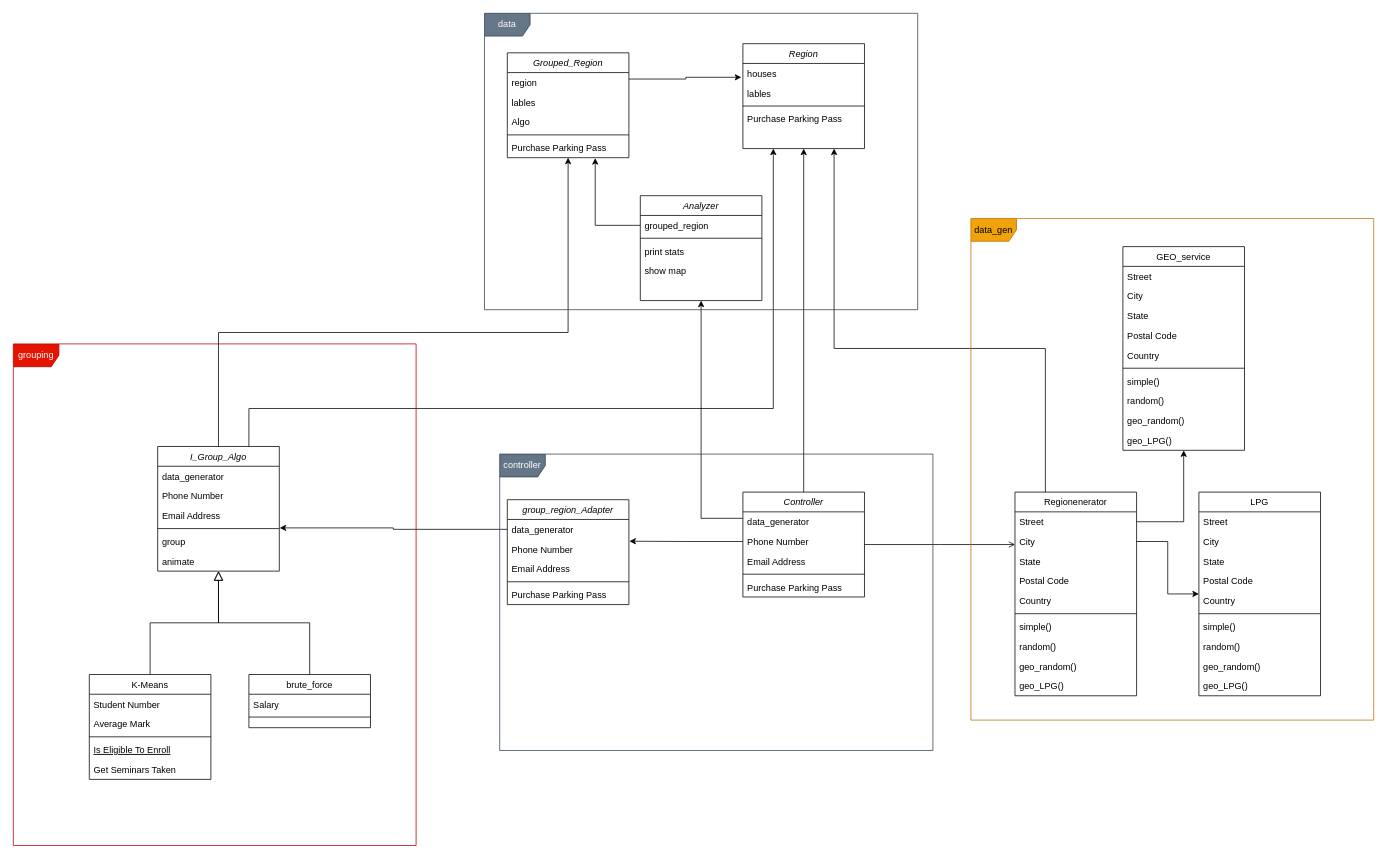
Earlier version of the draw.io diagram diagram/Architektur.drawio (StevenLhmn/energy_grouping). Source tidied: cells renumbered, new cells numbered last; positions are measured from the earlier drawing's top-left corner, leaving out a move shared by most shapes. Both pictures are drawn from the tidied source at 76%, with x=0, y=0 at pixel (13, 13).
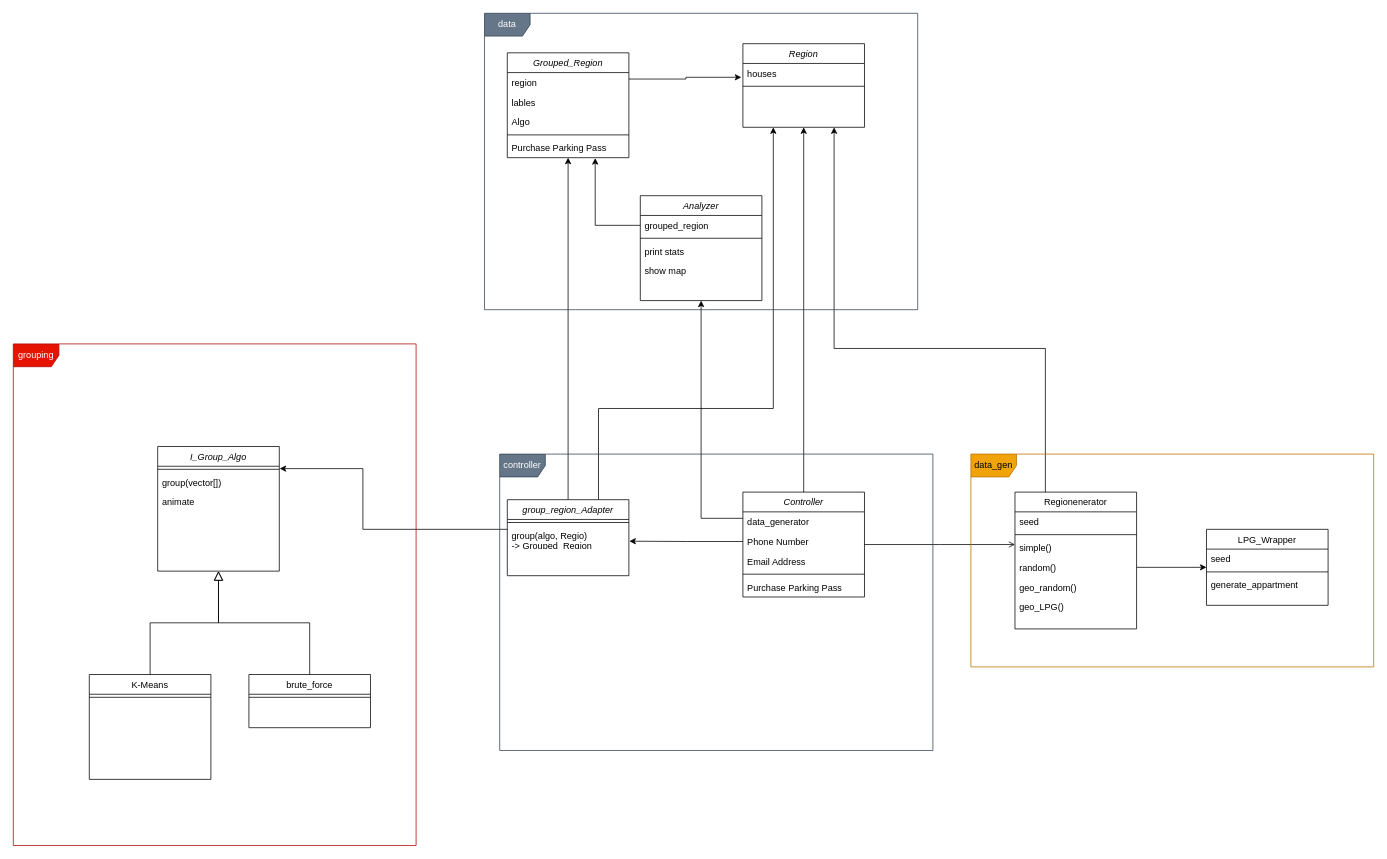
The same page after the edit.

The change refers to these unchanged cells:
```xml
<mxCell id="5" value="Phone Number" style="text;align=left;verticalAlign=top;spacingLeft=4;spacingRight=4;overflow=hidden;points=[[0,0.5],[1,0.5]];portConstraint=eastwest;rounded=0;shadow=0;html=0;" parent="3" vertex="1">
  <mxGeometry y="52" width="160" height="26" as="geometry" />
</mxCell>
<mxCell id="9" value="K-Means" style="swimlane;fontStyle=0;align=center;verticalAlign=top;horizontal=1;startSize=26;rounded=0;shadow=0;strokeWidth=1;" parent="1" vertex="1">
  <mxGeometry x="100" y="870" width="160" height="138" as="geometry" />
</mxCell>
<mxCell id="16" value="brute_force" style="swimlane;fontStyle=0;align=center;verticalAlign=top;horizontal=1;startSize=26;rounded=0;shadow=0;strokeWidth=1;" parent="1" vertex="1">
  <mxGeometry x="310" y="870" width="160" height="70" as="geometry" />
</mxCell>
<mxCell id="40" value="I_Group_Algo" style="swimlane;fontStyle=2;align=center;verticalAlign=top;horizontal=1;startSize=26;rounded=0;shadow=0;strokeWidth=1;" parent="1" vertex="1">
  <mxGeometry x="190" y="570" width="160" height="164" as="geometry" />
</mxCell>
<mxCell id="50" value="Grouped_Region" style="swimlane;fontStyle=2;align=center;verticalAlign=top;horizontal=1;startSize=26;rounded=0;shadow=0;strokeWidth=1;" parent="1" vertex="1">
  <mxGeometry x="650" y="52" width="160" height="138" as="geometry" />
</mxCell>
```

Diff of the diagram source:
```diff
@@
-    <mxCell id="10" value="Student Number" style="text;align=left;verticalAlign=top;spacingLeft=4;spacingRight=4;overflow=hidden;" parent="9" vertex="1">
-      <mxGeometry y="26" width="160" height="26" as="geometry" />
-    </mxCell>
-    <mxCell id="11" value="Average Mark" style="text;align=left;verticalAlign=top;spacingLeft=4;spacingRight=4;overflow=hidden;rounded=0;shadow=0;html=0;" parent="9" vertex="1">
-      <mxGeometry y="52" width="160" height="26" as="geometry" />
-    </mxCell>
     <mxCell id="12" style="line;html=1;strokeWidth=1;align=left;verticalAlign=middle;spacingTop=-1;spacingLeft=3;spacingRight=3;labelPosition=right;" parent="9" vertex="1">
-      <mxGeometry y="78" width="160" height="8" as="geometry" />
+      <mxGeometry y="26" width="160" height="8" as="geometry" />
     </mxCell>
-    <mxCell id="13" value="Is Eligible To Enroll" style="text;align=left;verticalAlign=top;spacingLeft=4;spacingRight=4;overflow=hidden;fontStyle=4;" parent="9" vertex="1">
-      <mxGeometry y="86" width="160" height="26" as="geometry" />
-    </mxCell>
-    <mxCell id="14" value="Get Seminars Taken" style="text;align=left;verticalAlign=top;spacingLeft=4;spacingRight=4;overflow=hidden;" parent="9" vertex="1">
-      <mxGeometry y="112" width="160" height="26" as="geometry" />
-    </mxCell>
@@
-    <mxCell id="17" value="Salary" style="text;align=left;verticalAlign=top;spacingLeft=4;spacingRight=4;overflow=hidden;" parent="16" vertex="1">
-      <mxGeometry y="26" width="160" height="26" as="geometry" />
-    </mxCell>
     <mxCell id="18" style="line;html=1;strokeWidth=1;align=left;verticalAlign=middle;spacingTop=-1;spacingLeft=3;spacingRight=3;labelPosition=right;" parent="16" vertex="1">
-      <mxGeometry y="52" width="160" height="8" as="geometry" />
+      <mxGeometry y="26" width="160" height="8" as="geometry" />
     </mxCell>
@@
     <mxCell id="20" value="Regionenerator" style="swimlane;fontStyle=0;align=center;verticalAlign=top;horizontal=1;startSize=26;rounded=0;shadow=0;strokeWidth=1;" parent="1" vertex="1">
-      <mxGeometry x="1318" y="630" width="160" height="268" as="geometry" />
+      <mxGeometry x="1318" y="630" width="160" height="180" as="geometry" />
     </mxCell>
-    <mxCell id="21" value="Street" style="text;align=left;verticalAlign=top;spacingLeft=4;spacingRight=4;overflow=hidden;points=[[0,0.5],[1,0.5]];portConstraint=eastwest;" parent="20" vertex="1">
+    <mxCell id="21" value="seed" style="text;align=left;verticalAlign=top;spacingLeft=4;spacingRight=4;overflow=hidden;points=[[0,0.5],[1,0.5]];portConstraint=eastwest;" parent="20" vertex="1">
       <mxGeometry y="26" width="160" height="26" as="geometry" />
     </mxCell>
-    <mxCell id="22" value="City" style="text;align=left;verticalAlign=top;spacingLeft=4;spacingRight=4;overflow=hidden;points=[[0,0.5],[1,0.5]];portConstraint=eastwest;rounded=0;shadow=0;html=0;" parent="20" vertex="1">
-      <mxGeometry y="52" width="160" height="26" as="geometry" />
-    </mxCell>
-    <mxCell id="23" value="State" style="text;align=left;verticalAlign=top;spacingLeft=4;spacingRight=4;overflow=hidden;rounded=0;shadow=0;html=0;" parent="20" vertex="1">
-      <mxGeometry y="78" width="160" height="26" as="geometry" />
-    </mxCell>
-    <mxCell id="24" value="Postal Code" style="text;align=left;verticalAlign=top;spacingLeft=4;spacingRight=4;overflow=hidden;rounded=0;shadow=0;html=0;" parent="20" vertex="1">
-      <mxGeometry y="104" width="160" height="26" as="geometry" />
-    </mxCell>
-    <mxCell id="25" value="Country" style="text;align=left;verticalAlign=top;spacingLeft=4;spacingRight=4;overflow=hidden;rounded=0;shadow=0;html=0;" parent="20" vertex="1">
-      <mxGeometry y="130" width="160" height="26" as="geometry" />
-    </mxCell>
     <mxCell id="26" style="line;html=1;strokeWidth=1;align=left;verticalAlign=middle;spacingTop=-1;spacingLeft=3;spacingRight=3;labelPosition=right;" parent="20" vertex="1">
-      <mxGeometry y="156" width="160" height="8" as="geometry" />
+      <mxGeometry y="52" width="160" height="8" as="geometry" />
     </mxCell>
     <mxCell id="27" value="simple()" style="text;align=left;verticalAlign=top;spacingLeft=4;spacingRight=4;overflow=hidden;" parent="20" vertex="1">
-      <mxGeometry y="164" width="160" height="26" as="geometry" />
+      <mxGeometry y="60" width="160" height="26" as="geometry" />
     </mxCell>
     <mxCell id="28" value="random()" style="text;align=left;verticalAlign=top;spacingLeft=4;spacingRight=4;overflow=hidden;points=[[0,0.5],[1,0.5]];portConstraint=eastwest;" parent="20" vertex="1">
-      <mxGeometry y="190" width="160" height="26" as="geometry" />
+      <mxGeometry y="86" width="160" height="26" as="geometry" />
     </mxCell>
     <mxCell id="29" value="geo_random()" style="text;align=left;verticalAlign=top;spacingLeft=4;spacingRight=4;overflow=hidden;" parent="20" vertex="1">
-      <mxGeometry y="216" width="160" height="26" as="geometry" />
+      <mxGeometry y="112" width="160" height="26" as="geometry" />
     </mxCell>
     <mxCell id="30" value="geo_LPG()" style="text;align=left;verticalAlign=top;spacingLeft=4;spacingRight=4;overflow=hidden;" parent="20" vertex="1">
-      <mxGeometry y="242" width="160" height="26" as="geometry" />
+      <mxGeometry y="138" width="160" height="26" as="geometry" />
     </mxCell>
@@
     <mxCell id="32" value="Region" style="swimlane;fontStyle=2;align=center;verticalAlign=top;horizontal=1;startSize=26;rounded=0;shadow=0;strokeWidth=1;" parent="1" vertex="1">
-      <mxGeometry x="960" y="40" width="160" height="138" as="geometry" />
+      <mxGeometry x="960" y="40" width="160" height="110" as="geometry" />
     </mxCell>
@@
-    <mxCell id="34" value="lables" style="text;align=left;verticalAlign=top;spacingLeft=4;spacingRight=4;overflow=hidden;rounded=0;shadow=0;html=0;" parent="32" vertex="1">
-      <mxGeometry y="52" width="160" height="26" as="geometry" />
-    </mxCell>
     <mxCell id="35" style="line;html=1;strokeWidth=1;align=left;verticalAlign=middle;spacingTop=-1;spacingLeft=3;spacingRight=3;labelPosition=right;" parent="32" vertex="1">
-      <mxGeometry y="78" width="160" height="8" as="geometry" />
+      <mxGeometry y="52" width="160" height="8" as="geometry" />
     </mxCell>
-    <mxCell id="36" value="Purchase Parking Pass" style="text;align=left;verticalAlign=top;spacingLeft=4;spacingRight=4;overflow=hidden;" parent="32" vertex="1">
-      <mxGeometry y="86" width="160" height="26" as="geometry" />
-    </mxCell>
@@
-    <mxCell id="39" style="edgeStyle=orthogonalEdgeStyle;rounded=0;jettySize=auto;html=1;exitX=0.5;exitY=0;exitDx=0;exitDy=0;" parent="1" edge="1" source="40" target="50">
+    <mxCell id="39" style="edgeStyle=orthogonalEdgeStyle;rounded=0;jettySize=auto;html=1;" parent="1" edge="1" source="56" target="50">
       <mxGeometry relative="1" as="geometry">
         <Array as="points">
-          <mxPoint x="270" y="420" />
-          <mxPoint x="730" y="420" />
+          <mxPoint x="730" y="560" />
+          <mxPoint x="730" y="560" />
         </Array>
       </mxGeometry>
     </mxCell>
@@
-    <mxCell id="41" value="data_generator" style="text;align=left;verticalAlign=top;spacingLeft=4;spacingRight=4;overflow=hidden;" parent="40" vertex="1">
-      <mxGeometry y="26" width="160" height="26" as="geometry" />
-    </mxCell>
-    <mxCell id="42" value="Phone Number" style="text;align=left;verticalAlign=top;spacingLeft=4;spacingRight=4;overflow=hidden;rounded=0;shadow=0;html=0;" parent="40" vertex="1">
-      <mxGeometry y="52" width="160" height="26" as="geometry" />
-    </mxCell>
-    <mxCell id="43" value="Email Address" style="text;align=left;verticalAlign=top;spacingLeft=4;spacingRight=4;overflow=hidden;rounded=0;shadow=0;html=0;" parent="40" vertex="1">
-      <mxGeometry y="78" width="160" height="26" as="geometry" />
-    </mxCell>
     <mxCell id="44" style="line;html=1;strokeWidth=1;align=left;verticalAlign=middle;spacingTop=-1;spacingLeft=3;spacingRight=3;labelPosition=right;" parent="40" vertex="1">
-      <mxGeometry y="104" width="160" height="8" as="geometry" />
+      <mxGeometry y="26" width="160" height="8" as="geometry" />
     </mxCell>
-    <mxCell id="45" value="group" style="text;align=left;verticalAlign=top;spacingLeft=4;spacingRight=4;overflow=hidden;points=[[0,0.5],[1,0.5]];portConstraint=eastwest;" parent="40" vertex="1">
-      <mxGeometry y="112" width="160" height="26" as="geometry" />
+    <mxCell id="45" value="group(vector[])" style="text;align=left;verticalAlign=top;spacingLeft=4;spacingRight=4;overflow=hidden;points=[[0,0.5],[1,0.5]];portConstraint=eastwest;" parent="40" vertex="1">
+      <mxGeometry y="34" width="160" height="26" as="geometry" />
     </mxCell>
     <mxCell id="46" value="animate" style="text;align=left;verticalAlign=top;spacingLeft=4;spacingRight=4;overflow=hidden;" parent="40" vertex="1">
-      <mxGeometry y="138" width="160" height="26" as="geometry" />
+      <mxGeometry y="60" width="160" height="26" as="geometry" />
     </mxCell>
-    <mxCell id="47" style="edgeStyle=orthogonalEdgeStyle;rounded=0;jettySize=auto;html=1;exitX=0;exitY=0.5;exitDx=0;exitDy=0;entryX=1.004;entryY=0.1;entryDx=0;entryDy=0;entryPerimeter=0;" parent="1" edge="1" source="5" target="58">
-      <mxGeometry relative="1" as="geometry" />
+    <mxCell id="47" style="edgeStyle=orthogonalEdgeStyle;rounded=0;jettySize=auto;html=1;exitX=0;exitY=0.5;exitDx=0;exitDy=0;entryX=1.004;entryY=0.1;entryDx=0;entryDy=0;entryPerimeter=0;" parent="1" edge="1" source="5">
+      <mxGeometry relative="1" as="geometry">
+        <mxPoint x="810.6" y="694.6" as="targetPoint" />
+      </mxGeometry>
     </mxCell>
-    <mxCell id="48" style="edgeStyle=orthogonalEdgeStyle;rounded=0;jettySize=auto;html=1;entryX=0.25;entryY=1;entryDx=0;entryDy=0;exitX=0.75;exitY=0;exitDx=0;exitDy=0;" parent="1" edge="1" source="40" target="32">
+    <mxCell id="48" style="edgeStyle=orthogonalEdgeStyle;rounded=0;jettySize=auto;html=1;entryX=0.25;entryY=1;entryDx=0;entryDy=0;" parent="1" edge="1" source="56" target="32">
       <mxGeometry relative="1" as="geometry">
         <Array as="points">
-          <mxPoint x="310" y="520" />
+          <mxPoint x="770" y="520" />
           <mxPoint x="1000" y="520" />
         </Array>
       </mxGeometry>
     </mxCell>
@@
     <mxCell id="56" value="group_region_Adapter" style="swimlane;fontStyle=2;align=center;verticalAlign=top;horizontal=1;startSize=26;rounded=0;shadow=0;strokeWidth=1;" parent="1" vertex="1">
-      <mxGeometry x="650" y="640" width="160" height="138" as="geometry" />
+      <mxGeometry x="650" y="640" width="160" height="100" as="geometry" />
     </mxCell>
-    <mxCell id="57" value="data_generator" style="text;align=left;verticalAlign=top;spacingLeft=4;spacingRight=4;overflow=hidden;points=[[0,0.5],[1,0.5]];portConstraint=eastwest;" parent="56" vertex="1">
-      <mxGeometry y="26" width="160" height="26" as="geometry" />
-    </mxCell>
-    <mxCell id="58" value="Phone Number" style="text;align=left;verticalAlign=top;spacingLeft=4;spacingRight=4;overflow=hidden;points=[[0,0.5],[1,0.5]];portConstraint=eastwest;rounded=0;shadow=0;html=0;" parent="56" vertex="1">
-      <mxGeometry y="52" width="160" height="26" as="geometry" />
-    </mxCell>
-    <mxCell id="59" value="Email Address" style="text;align=left;verticalAlign=top;spacingLeft=4;spacingRight=4;overflow=hidden;rounded=0;shadow=0;html=0;" parent="56" vertex="1">
-      <mxGeometry y="78" width="160" height="26" as="geometry" />
-    </mxCell>
     <mxCell id="60" style="line;html=1;strokeWidth=1;align=left;verticalAlign=middle;spacingTop=-1;spacingLeft=3;spacingRight=3;labelPosition=right;" parent="56" vertex="1">
-      <mxGeometry y="104" width="160" height="8" as="geometry" />
+      <mxGeometry y="26" width="160" height="8" as="geometry" />
     </mxCell>
-    <mxCell id="61" value="Purchase Parking Pass" style="text;align=left;verticalAlign=top;spacingLeft=4;spacingRight=4;overflow=hidden;" parent="56" vertex="1">
-      <mxGeometry y="112" width="160" height="26" as="geometry" />
+    <mxCell id="61" value="group(algo, Regio)&#10;-&gt; Grouped_Region" style="text;align=left;verticalAlign=top;spacingLeft=4;spacingRight=4;overflow=hidden;" parent="56" vertex="1">
+      <mxGeometry y="34" width="160" height="26" as="geometry" />
     </mxCell>
-    <mxCell id="62" style="edgeStyle=orthogonalEdgeStyle;rounded=0;jettySize=auto;html=1;entryX=1.003;entryY=-0.188;entryDx=0;entryDy=0;entryPerimeter=0;exitX=0;exitY=0.5;exitDx=0;exitDy=0;" parent="1" edge="1" source="57" target="45">
-      <mxGeometry relative="1" as="geometry" />
+    <mxCell id="62" style="edgeStyle=orthogonalEdgeStyle;rounded=0;jettySize=auto;html=1;entryX=1.003;entryY=-0.188;entryDx=0;entryDy=0;entryPerimeter=0;exitX=0;exitY=0.5;exitDx=0;exitDy=0;" parent="1" edge="1" target="45">
+      <mxGeometry relative="1" as="geometry">
+        <mxPoint x="650" y="679" as="sourcePoint" />
+        <Array as="points">
+          <mxPoint x="460" y="679" />
+          <mxPoint x="460" y="599.2" />
+        </Array>
+      </mxGeometry>
     </mxCell>
-    <mxCell id="63" value="LPG" style="swimlane;fontStyle=0;align=center;verticalAlign=top;horizontal=1;startSize=26;rounded=0;shadow=0;strokeWidth=1;" parent="1" vertex="1">
-      <mxGeometry x="1560" y="630" width="160" height="268" as="geometry" />
+    <mxCell id="63" value="LPG_Wrapper" style="swimlane;fontStyle=0;align=center;verticalAlign=top;horizontal=1;startSize=26;rounded=0;shadow=0;strokeWidth=1;" parent="1" vertex="1">
+      <mxGeometry x="1570" y="679" width="160" height="100" as="geometry" />
     </mxCell>
-    <mxCell id="64" value="Street" style="text;align=left;verticalAlign=top;spacingLeft=4;spacingRight=4;overflow=hidden;" parent="63" vertex="1">
-      <mxGeometry y="26" width="160" height="26" as="geometry" />
-    </mxCell>
-    <mxCell id="65" value="City" style="text;align=left;verticalAlign=top;spacingLeft=4;spacingRight=4;overflow=hidden;rounded=0;shadow=0;html=0;" parent="63" vertex="1">
-      <mxGeometry y="52" width="160" height="26" as="geometry" />
-    </mxCell>
-    <mxCell id="66" value="State" style="text;align=left;verticalAlign=top;spacingLeft=4;spacingRight=4;overflow=hidden;rounded=0;shadow=0;html=0;" parent="63" vertex="1">
-      <mxGeometry y="78" width="160" height="26" as="geometry" />
-    </mxCell>
-    <mxCell id="67" value="Postal Code" style="text;align=left;verticalAlign=top;spacingLeft=4;spacingRight=4;overflow=hidden;rounded=0;shadow=0;html=0;" parent="63" vertex="1">
-      <mxGeometry y="104" width="160" height="26" as="geometry" />
-    </mxCell>
-    <mxCell id="68" value="Country" style="text;align=left;verticalAlign=top;spacingLeft=4;spacingRight=4;overflow=hidden;rounded=0;shadow=0;html=0;" parent="63" vertex="1">
-      <mxGeometry y="130" width="160" height="26" as="geometry" />
+    <mxCell id="68" value="seed" style="text;align=left;verticalAlign=top;spacingLeft=4;spacingRight=4;overflow=hidden;rounded=0;shadow=0;html=0;" parent="63" vertex="1">
+      <mxGeometry y="26" width="160" height="26" as="geometry" />
     </mxCell>
     <mxCell id="69" style="line;html=1;strokeWidth=1;align=left;verticalAlign=middle;spacingTop=-1;spacingLeft=3;spacingRight=3;labelPosition=right;" parent="63" vertex="1">
-      <mxGeometry y="156" width="160" height="8" as="geometry" />
+      <mxGeometry y="52" width="160" height="8" as="geometry" />
     </mxCell>
-    <mxCell id="70" value="simple()" style="text;align=left;verticalAlign=top;spacingLeft=4;spacingRight=4;overflow=hidden;" parent="63" vertex="1">
-      <mxGeometry y="164" width="160" height="26" as="geometry" />
+    <mxCell id="70" value="generate_appartment" style="text;align=left;verticalAlign=top;spacingLeft=4;spacingRight=4;overflow=hidden;" parent="63" vertex="1">
+      <mxGeometry y="60" width="160" height="26" as="geometry" />
     </mxCell>
-    <mxCell id="71" value="random()" style="text;align=left;verticalAlign=top;spacingLeft=4;spacingRight=4;overflow=hidden;" parent="63" vertex="1">
-      <mxGeometry y="190" width="160" height="26" as="geometry" />
-    </mxCell>
-    <mxCell id="72" value="geo_random()" style="text;align=left;verticalAlign=top;spacingLeft=4;spacingRight=4;overflow=hidden;" parent="63" vertex="1">
-      <mxGeometry y="216" width="160" height="26" as="geometry" />
-    </mxCell>
-    <mxCell id="73" value="geo_LPG()" style="text;align=left;verticalAlign=top;spacingLeft=4;spacingRight=4;overflow=hidden;" parent="63" vertex="1">
-      <mxGeometry y="242" width="160" height="26" as="geometry" />
-    </mxCell>
-    <mxCell id="74" style="edgeStyle=orthogonalEdgeStyle;rounded=0;jettySize=auto;html=1;exitX=1;exitY=0.5;exitDx=0;exitDy=0;" parent="1" edge="1" source="22" target="63">
+    <mxCell id="74" style="edgeStyle=orthogonalEdgeStyle;rounded=0;jettySize=auto;html=1;exitX=1;exitY=0.5;exitDx=0;exitDy=0;" parent="1" edge="1" source="28" target="63">
       <mxGeometry relative="1" as="geometry" />
     </mxCell>
-    <mxCell id="75" value="GEO_service&#10;" style="swimlane;fontStyle=0;align=center;verticalAlign=top;horizontal=1;startSize=26;rounded=0;shadow=0;strokeWidth=1;" parent="1" vertex="1">
-      <mxGeometry x="1460" y="307" width="160" height="268" as="geometry" />
-    </mxCell>
-    <mxCell id="76" value="Street" style="text;align=left;verticalAlign=top;spacingLeft=4;spacingRight=4;overflow=hidden;" parent="75" vertex="1">
-      <mxGeometry y="26" width="160" height="26" as="geometry" />
-    </mxCell>
-    <mxCell id="77" value="City" style="text;align=left;verticalAlign=top;spacingLeft=4;spacingRight=4;overflow=hidden;rounded=0;shadow=0;html=0;" parent="75" vertex="1">
-      <mxGeometry y="52" width="160" height="26" as="geometry" />
-    </mxCell>
-    <mxCell id="78" value="State" style="text;align=left;verticalAlign=top;spacingLeft=4;spacingRight=4;overflow=hidden;rounded=0;shadow=0;html=0;" parent="75" vertex="1">
-      <mxGeometry y="78" width="160" height="26" as="geometry" />
-    </mxCell>
-    <mxCell id="79" value="Postal Code" style="text;align=left;verticalAlign=top;spacingLeft=4;spacingRight=4;overflow=hidden;rounded=0;shadow=0;html=0;" parent="75" vertex="1">
-      <mxGeometry y="104" width="160" height="26" as="geometry" />
-    </mxCell>
-    <mxCell id="80" value="Country" style="text;align=left;verticalAlign=top;spacingLeft=4;spacingRight=4;overflow=hidden;rounded=0;shadow=0;html=0;" parent="75" vertex="1">
-      <mxGeometry y="130" width="160" height="26" as="geometry" />
-    </mxCell>
-    <mxCell id="81" style="line;html=1;strokeWidth=1;align=left;verticalAlign=middle;spacingTop=-1;spacingLeft=3;spacingRight=3;labelPosition=right;" parent="75" vertex="1">
-      <mxGeometry y="156" width="160" height="8" as="geometry" />
-    </mxCell>
-    <mxCell id="82" value="simple()" style="text;align=left;verticalAlign=top;spacingLeft=4;spacingRight=4;overflow=hidden;" parent="75" vertex="1">
-      <mxGeometry y="164" width="160" height="26" as="geometry" />
-    </mxCell>
-    <mxCell id="83" value="random()" style="text;align=left;verticalAlign=top;spacingLeft=4;spacingRight=4;overflow=hidden;" parent="75" vertex="1">
-      <mxGeometry y="190" width="160" height="26" as="geometry" />
-    </mxCell>
-    <mxCell id="84" value="geo_random()" style="text;align=left;verticalAlign=top;spacingLeft=4;spacingRight=4;overflow=hidden;" parent="75" vertex="1">
-      <mxGeometry y="216" width="160" height="26" as="geometry" />
-    </mxCell>
-    <mxCell id="85" value="geo_LPG()" style="text;align=left;verticalAlign=top;spacingLeft=4;spacingRight=4;overflow=hidden;" parent="75" vertex="1">
-      <mxGeometry y="242" width="160" height="26" as="geometry" />
-    </mxCell>
-    <mxCell id="86" style="edgeStyle=orthogonalEdgeStyle;rounded=0;jettySize=auto;html=1;exitX=1;exitY=0.5;exitDx=0;exitDy=0;" parent="1" edge="1" source="21" target="75">
-      <mxGeometry relative="1" as="geometry" />
-    </mxCell>
     <mxCell id="87" value="data_gen" style="shape=umlFrame;whiteSpace=wrap;html=1;fillColor=#f0a30a;fontColor=#000000;strokeColor=#BD7000;" parent="1" vertex="1">
-      <mxGeometry x="1260" y="270" width="530" height="660" as="geometry" />
+      <mxGeometry x="1260" y="580" width="530" height="280" as="geometry" />
     </mxCell>
```
